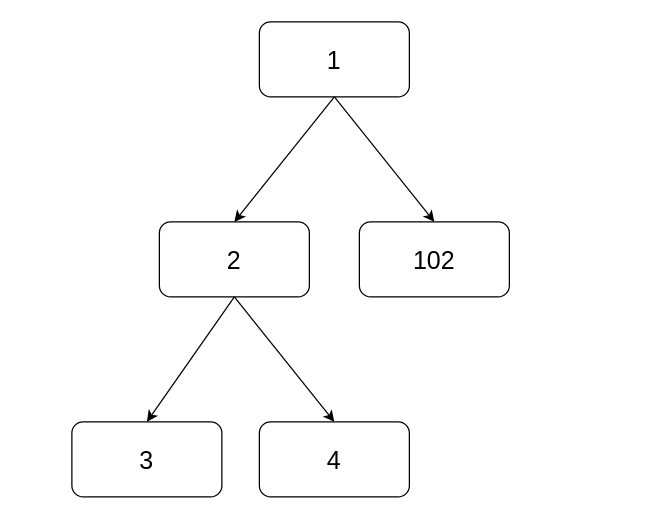
0xyicheng/a-research-diagram keeps this draw.io diagram as ethereum-research/pos-beaconchain/Fork & chain_id & conflict.drawio. Above is the earlier version. Source tidied: cells renumbered, new cells numbered last; positions are measured from the earlier drawing's top-left corner, leaving out a move shared by most shapes. Both pictures are drawn from the tidied source at 125%, with x=0, y=0 at pixel (71, 21).
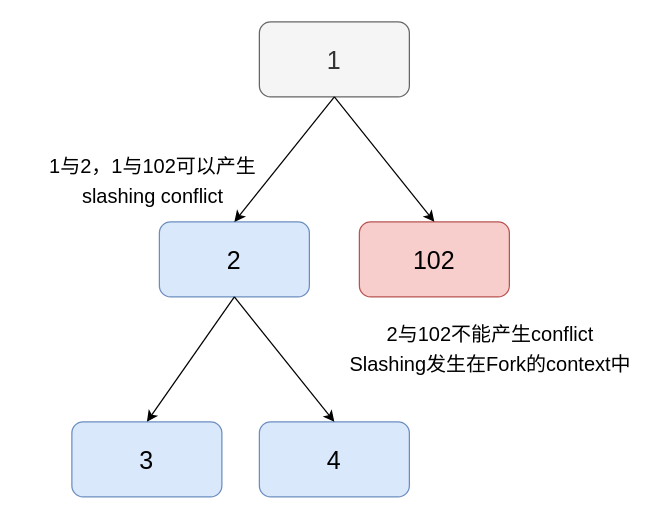
Above is the later version.

The edit, as a diff of the source:
```diff
@@
 <mxGraphModel>
   <root>
     <mxCell id="0" />
     <mxCell id="1" parent="0" />
-    <mxCell id="2" value="&lt;font style=&quot;font-size: 20px;&quot;&gt;1&lt;/font&gt;" style="rounded=1;whiteSpace=wrap;html=1;" parent="1" vertex="1">
+    <mxCell id="2" value="&lt;font style=&quot;font-size: 20px;&quot;&gt;1&lt;/font&gt;" style="rounded=1;whiteSpace=wrap;html=1;fillColor=#f5f5f5;fontColor=#333333;strokeColor=#666666;" parent="1" vertex="1">
       <mxGeometry x="150" width="120" height="60" as="geometry" />
     </mxCell>
-    <mxCell id="3" value="&lt;font style=&quot;font-size: 20px;&quot;&gt;2&lt;/font&gt;" style="rounded=1;whiteSpace=wrap;html=1;" parent="1" vertex="1">
+    <mxCell id="3" value="&lt;font style=&quot;font-size: 20px;&quot;&gt;2&lt;/font&gt;" style="rounded=1;whiteSpace=wrap;html=1;fillColor=#dae8fc;strokeColor=#6c8ebf;" parent="1" vertex="1">
       <mxGeometry x="70" y="160" width="120" height="60" as="geometry" />
     </mxCell>
-    <mxCell id="4" value="&lt;font style=&quot;font-size: 20px;&quot;&gt;102&lt;/font&gt;" style="rounded=1;whiteSpace=wrap;html=1;" parent="1" vertex="1">
+    <mxCell id="4" value="&lt;font style=&quot;font-size: 20px;&quot;&gt;102&lt;/font&gt;" style="rounded=1;whiteSpace=wrap;html=1;fillColor=#f8cecc;strokeColor=#b85450;" parent="1" vertex="1">
       <mxGeometry x="230" y="160" width="120" height="60" as="geometry" />
     </mxCell>
     <mxCell id="5" style="endArrow=classic;html=1;rounded=0;fontSize=20;exitX=0.5;exitY=1;exitDx=0;exitDy=0;entryX=0.5;entryY=0;entryDx=0;entryDy=0;" parent="1" edge="1" source="2" target="3">
       <mxGeometry relative="1" as="geometry" />
     </mxCell>
     <mxCell id="6" style="endArrow=classic;html=1;rounded=0;fontSize=20;exitX=0.5;exitY=1;exitDx=0;exitDy=0;entryX=0.5;entryY=0;entryDx=0;entryDy=0;" parent="1" edge="1" source="2" target="4">
       <mxGeometry relative="1" as="geometry" />
     </mxCell>
-    <mxCell id="7" value="&lt;span style=&quot;font-size: 20px;&quot;&gt;3&lt;/span&gt;" style="rounded=1;whiteSpace=wrap;html=1;" parent="1" vertex="1">
+    <mxCell id="7" value="&lt;span style=&quot;font-size: 20px;&quot;&gt;3&lt;/span&gt;" style="rounded=1;whiteSpace=wrap;html=1;fillColor=#dae8fc;strokeColor=#6c8ebf;" parent="1" vertex="1">
       <mxGeometry y="320" width="120" height="60" as="geometry" />
     </mxCell>
-    <mxCell id="8" value="&lt;span style=&quot;font-size: 20px;&quot;&gt;4&lt;/span&gt;" style="rounded=1;whiteSpace=wrap;html=1;" parent="1" vertex="1">
+    <mxCell id="8" value="&lt;span style=&quot;font-size: 20px;&quot;&gt;4&lt;/span&gt;" style="rounded=1;whiteSpace=wrap;html=1;fillColor=#dae8fc;strokeColor=#6c8ebf;" parent="1" vertex="1">
       <mxGeometry x="150" y="320" width="120" height="60" as="geometry" />
     </mxCell>
     <mxCell id="9" style="endArrow=classic;html=1;rounded=0;fontSize=20;exitX=0.5;exitY=1;exitDx=0;exitDy=0;entryX=0.5;entryY=0;entryDx=0;entryDy=0;" parent="1" edge="1" source="3" target="8">
       <mxGeometry relative="1" as="geometry" />
     </mxCell>
     <mxCell id="10" style="endArrow=classic;html=1;rounded=0;fontSize=20;exitX=0.5;exitY=1;exitDx=0;exitDy=0;entryX=0.5;entryY=0;entryDx=0;entryDy=0;" parent="1" edge="1" source="3" target="7">
       <mxGeometry relative="1" as="geometry" />
     </mxCell>
+    <mxCell id="11" value="&lt;font style=&quot;font-size: 16px;&quot;&gt;1与2，1与102可以产生slashing conflict&lt;/font&gt;" style="text;html=1;strokeColor=none;fillColor=none;align=center;verticalAlign=middle;whiteSpace=wrap;rounded=0;fontSize=20;" parent="1" vertex="1">
+      <mxGeometry x="-40" y="60" width="210" height="130" as="geometry" />
+    </mxCell>
+    <mxCell id="12" value="&lt;font style=&quot;font-size: 16px;&quot;&gt;2与102不能产生conflict&lt;br&gt;Slashing发生在Fork的context中&lt;br&gt;&lt;/font&gt;" style="text;html=1;strokeColor=none;fillColor=none;align=center;verticalAlign=middle;whiteSpace=wrap;rounded=0;fontSize=20;" parent="1" vertex="1">
+      <mxGeometry x="220" y="230" width="230" height="60" as="geometry" />
+    </mxCell>
   </root>
 </mxGraphModel>
```
